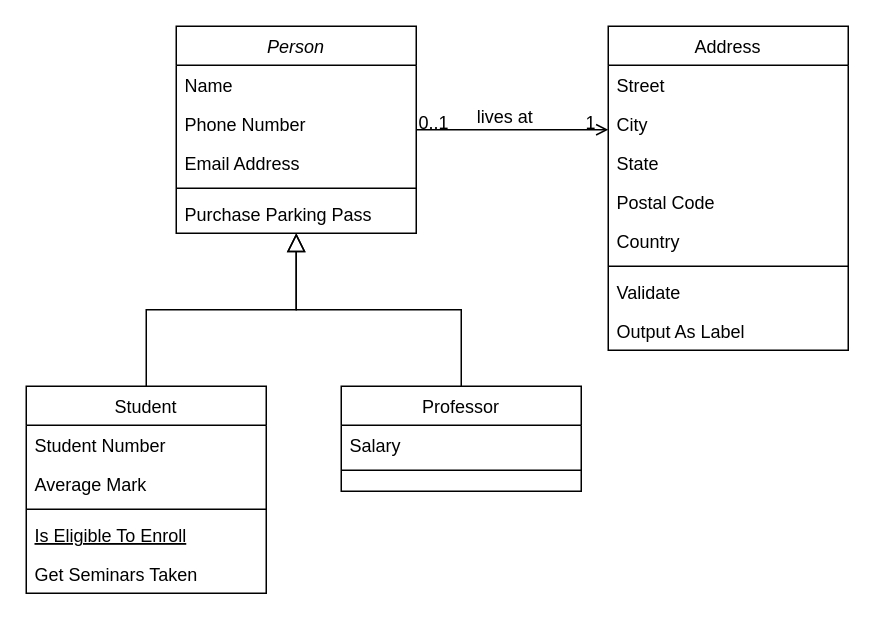
Above: ClasseScrabble.drawio in ManuBrochet/MIPP-3.2 (draw.io), before the change. Source tidied: cells renumbered, new cells numbered last; positions are measured from the earlier drawing's top-left corner, leaving out a move shared by most shapes. Both pictures are drawn from the tidied source at 150%, with x=0, y=0 at pixel (26, 26).
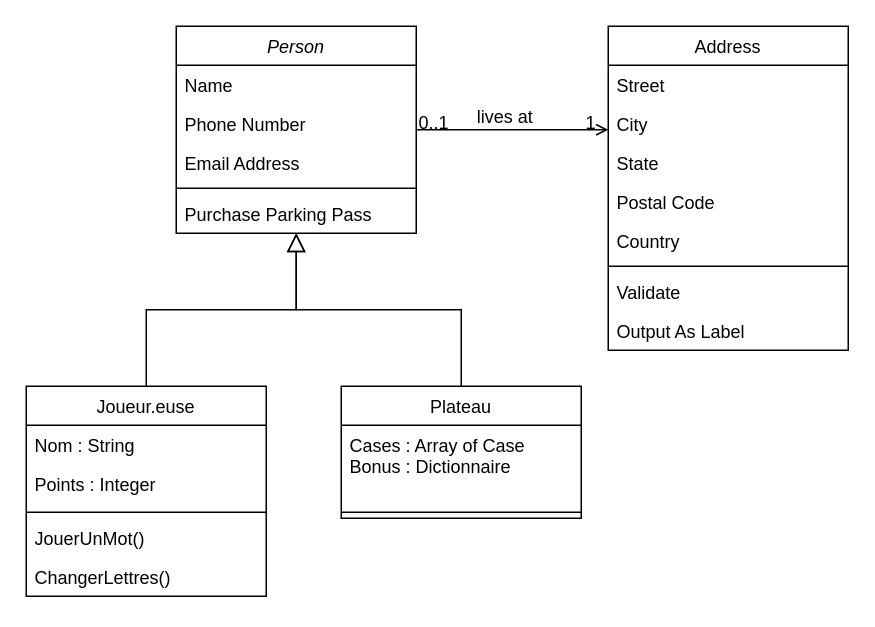
After the change.

Commit message:
Mettre à jour ClasseScrabble.drawio

Diff of the diagram source:
```diff
@@
-    <mxCell id="8" value="Student" style="swimlane;fontStyle=0;align=center;verticalAlign=top;horizontal=1;startSize=26;rounded=0;shadow=0;strokeWidth=1;" parent="1" vertex="1">
-      <mxGeometry y="240" width="160" height="138" as="geometry" />
+    <mxCell id="8" value="Joueur.euse" style="swimlane;fontStyle=0;align=center;verticalAlign=top;horizontal=1;startSize=26;rounded=0;shadow=0;strokeWidth=1;" parent="1" vertex="1">
+      <mxGeometry y="240" width="160" height="140" as="geometry" />
     </mxCell>
-    <mxCell id="9" value="Student Number" style="text;align=left;verticalAlign=top;spacingLeft=4;spacingRight=4;overflow=hidden;" parent="8" vertex="1">
+    <mxCell id="9" value="Nom : String" style="text;align=left;verticalAlign=top;spacingLeft=4;spacingRight=4;overflow=hidden;" parent="8" vertex="1">
       <mxGeometry y="26" width="160" height="26" as="geometry" />
     </mxCell>
-    <mxCell id="10" value="Average Mark" style="text;align=left;verticalAlign=top;spacingLeft=4;spacingRight=4;overflow=hidden;rounded=0;shadow=0;html=0;" parent="8" vertex="1">
-      <mxGeometry y="52" width="160" height="26" as="geometry" />
+    <mxCell id="10" value="Points : Integer&#10;" style="text;align=left;verticalAlign=top;spacingLeft=4;spacingRight=4;overflow=hidden;rounded=0;shadow=0;html=0;" parent="8" vertex="1">
+      <mxGeometry y="52" width="160" height="28" as="geometry" />
     </mxCell>
     <mxCell id="11" style="line;html=1;strokeWidth=1;align=left;verticalAlign=middle;spacingTop=-1;spacingLeft=3;spacingRight=3;labelPosition=right;" parent="8" vertex="1">
-      <mxGeometry y="78" width="160" height="8" as="geometry" />
+      <mxGeometry y="80" width="160" height="8" as="geometry" />
     </mxCell>
-    <mxCell id="12" value="Is Eligible To Enroll" style="text;align=left;verticalAlign=top;spacingLeft=4;spacingRight=4;overflow=hidden;fontStyle=4;" parent="8" vertex="1">
-      <mxGeometry y="86" width="160" height="26" as="geometry" />
+    <mxCell id="12" value="JouerUnMot()" style="text;align=left;verticalAlign=top;spacingLeft=4;spacingRight=4;overflow=hidden;fontStyle=0;" parent="8" vertex="1">
+      <mxGeometry y="88" width="160" height="26" as="geometry" />
     </mxCell>
-    <mxCell id="13" value="Get Seminars Taken" style="text;align=left;verticalAlign=top;spacingLeft=4;spacingRight=4;overflow=hidden;" parent="8" vertex="1">
-      <mxGeometry y="112" width="160" height="26" as="geometry" />
+    <mxCell id="13" value="ChangerLettres()" style="text;align=left;verticalAlign=top;spacingLeft=4;spacingRight=4;overflow=hidden;" parent="8" vertex="1">
+      <mxGeometry y="114" width="160" height="26" as="geometry" />
     </mxCell>
@@
-    <mxCell id="15" value="Professor" style="swimlane;fontStyle=0;align=center;verticalAlign=top;horizontal=1;startSize=26;rounded=0;shadow=0;strokeWidth=1;" parent="1" vertex="1">
-      <mxGeometry x="210" y="240" width="160" height="70" as="geometry" />
+    <mxCell id="15" value="Plateau" style="swimlane;fontStyle=0;align=center;verticalAlign=top;horizontal=1;startSize=26;rounded=0;shadow=0;strokeWidth=1;" parent="1" vertex="1">
+      <mxGeometry x="210" y="240" width="160" height="88" as="geometry" />
     </mxCell>
-    <mxCell id="16" value="Salary" style="text;align=left;verticalAlign=top;spacingLeft=4;spacingRight=4;overflow=hidden;" parent="15" vertex="1">
-      <mxGeometry y="26" width="160" height="26" as="geometry" />
+    <mxCell id="16" value="Cases : Array of Case&#10;Bonus : Dictionnaire &#10;" style="text;align=left;verticalAlign=top;spacingLeft=4;spacingRight=4;overflow=hidden;" parent="15" vertex="1">
+      <mxGeometry y="26" width="160" height="54" as="geometry" />
     </mxCell>
     <mxCell id="17" style="line;html=1;strokeWidth=1;align=left;verticalAlign=middle;spacingTop=-1;spacingLeft=3;spacingRight=3;labelPosition=right;" parent="15" vertex="1">
-      <mxGeometry y="52" width="160" height="8" as="geometry" />
+      <mxGeometry y="80" width="160" height="8" as="geometry" />
     </mxCell>
```
